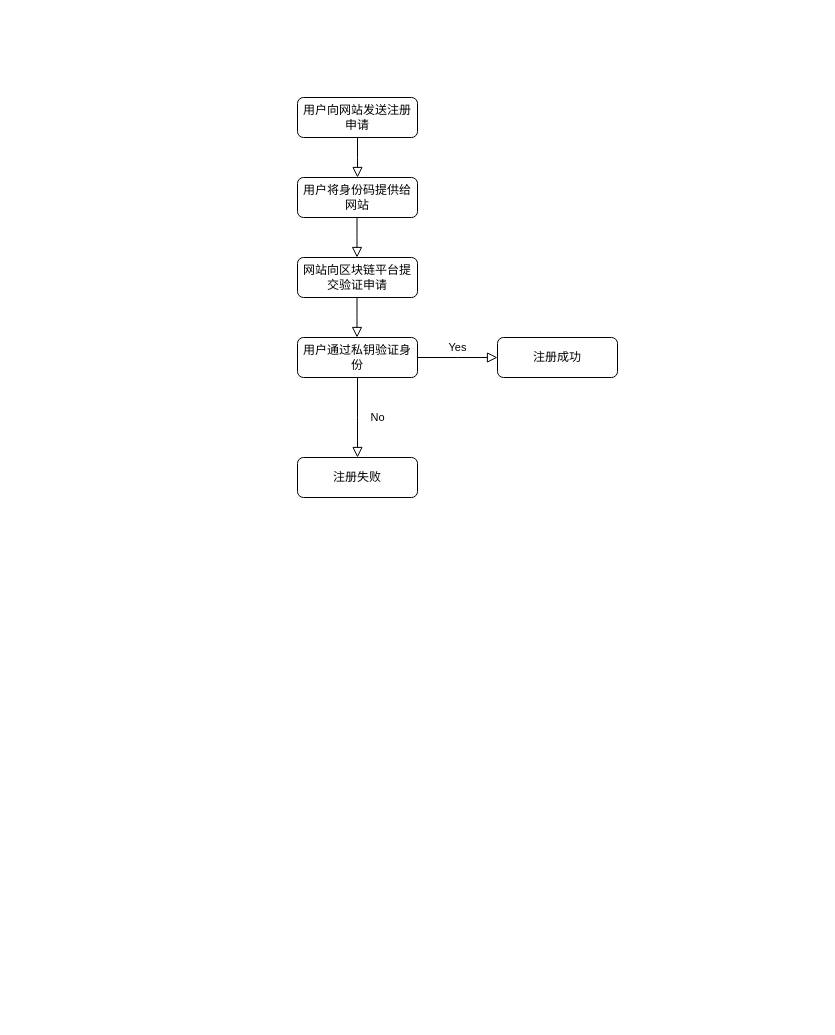
Above: 大作业流程图.drawio in Quantumae/Blockchain (draw.io), before the change. Source tidied: cells renumbered, new cells numbered last; positions are measured from the earlier drawing's top-left corner, leaving out a move shared by most shapes. Both pictures are drawn from the tidied source at 100%, with x=0, y=0 at pixel (297, 97).
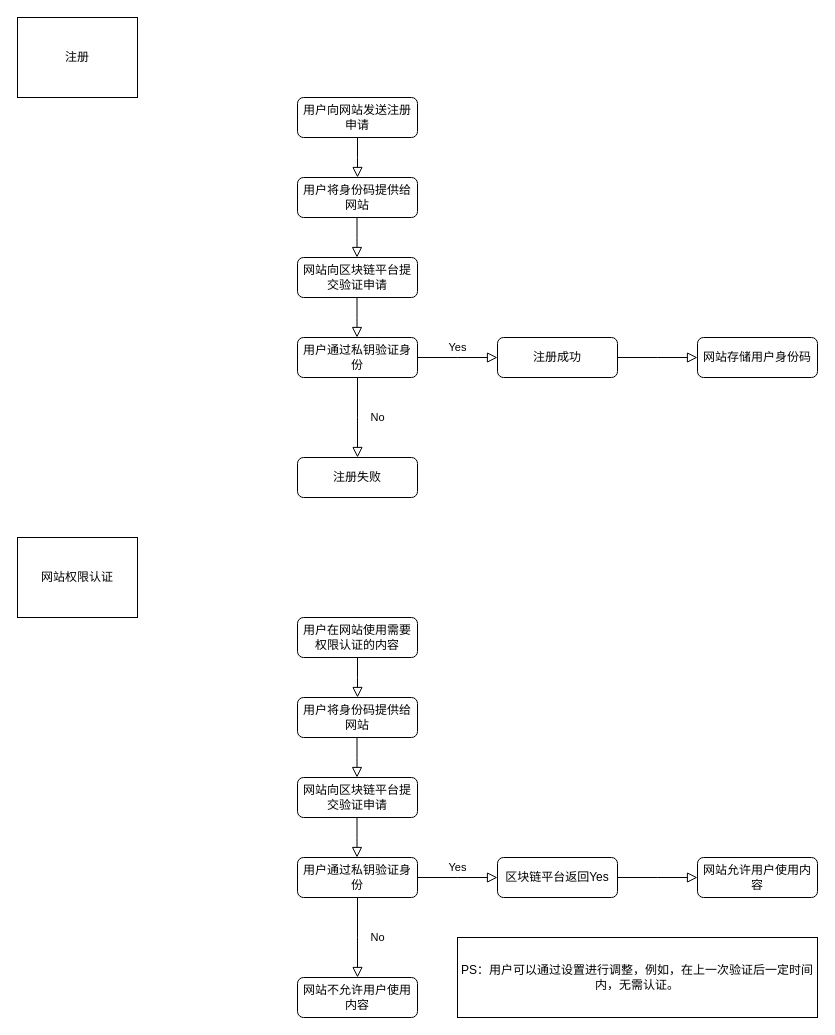
After the change.

Commit message:
更新大作业流程图.drawio

Unchanged cells that the change refers to:
```xml
<mxCell id="8" value="注册成功" style="rounded=1;whiteSpace=wrap;html=1;fontSize=12;glass=0;strokeWidth=1;shadow=0;" parent="1" vertex="1">
  <mxGeometry x="200" y="240" width="120" height="40" as="geometry" />
</mxCell>
```

What changed in the source:
```diff
@@
+    <mxCell id="13" value="注册" style="rounded=0;whiteSpace=wrap;html=1;" parent="1" vertex="1">
+      <mxGeometry x="-280" y="-80" width="120" height="80" as="geometry" />
+    </mxCell>
+    <mxCell id="14" style="rounded=0;html=1;jettySize=auto;fontSize=11;endArrow=block;endFill=0;endSize=8;strokeWidth=1;shadow=0;labelBackgroundColor=none;edgeStyle=orthogonalEdgeStyle;exitX=1;exitY=0.5;exitDx=0;exitDy=0;" parent="1" edge="1" source="8">
+      <mxGeometry relative="1" as="geometry">
+        <mxPoint x="400" y="260" as="targetPoint" />
+        <Array as="points">
+          <mxPoint x="360" y="260" />
+        </Array>
+      </mxGeometry>
+    </mxCell>
+    <mxCell id="15" value="网站存储用户身份码" style="rounded=1;whiteSpace=wrap;html=1;fontSize=12;glass=0;strokeWidth=1;shadow=0;" parent="1" vertex="1">
+      <mxGeometry x="400" y="240" width="120" height="40" as="geometry" />
+    </mxCell>
+    <mxCell id="16" style="rounded=0;html=1;jettySize=auto;fontSize=11;endArrow=block;endFill=0;endSize=8;strokeWidth=1;shadow=0;labelBackgroundColor=none;edgeStyle=orthogonalEdgeStyle;" parent="1" edge="1" source="17">
+      <mxGeometry relative="1" as="geometry">
+        <mxPoint x="60" y="600" as="targetPoint" />
+      </mxGeometry>
+    </mxCell>
+    <mxCell id="17" value="用户在网站使用需要权限认证的内容" style="rounded=1;whiteSpace=wrap;html=1;fontSize=12;glass=0;strokeWidth=1;shadow=0;" parent="1" vertex="1">
+      <mxGeometry y="520" width="120" height="40" as="geometry" />
+    </mxCell>
+    <mxCell id="18" value="用户将身份码提供给网站" style="rounded=1;whiteSpace=wrap;html=1;fontSize=12;glass=0;strokeWidth=1;shadow=0;" parent="1" vertex="1">
+      <mxGeometry y="600" width="120" height="40" as="geometry" />
+    </mxCell>
+    <mxCell id="19" value="No" style="rounded=0;html=1;jettySize=auto;fontSize=11;endArrow=block;endFill=0;endSize=8;strokeWidth=1;shadow=0;labelBackgroundColor=none;edgeStyle=orthogonalEdgeStyle;exitX=0.5;exitY=1;exitDx=0;exitDy=0;" parent="1" edge="1" source="25">
+      <mxGeometry x="0.01" y="20" relative="1" as="geometry">
+        <mxPoint x="60" y="880" as="targetPoint" />
+        <mxPoint y="-1" as="offset" />
+      </mxGeometry>
+    </mxCell>
+    <mxCell id="20" value="Yes" style="edgeStyle=orthogonalEdgeStyle;rounded=0;html=1;jettySize=auto;fontSize=11;endArrow=block;endFill=0;endSize=8;strokeWidth=1;shadow=0;labelBackgroundColor=none;exitX=1;exitY=0.5;exitDx=0;exitDy=0;" parent="1" edge="1" source="25">
+      <mxGeometry x="-0.01" y="-10" relative="1" as="geometry">
+        <mxPoint x="200" y="780" as="targetPoint" />
+        <mxPoint x="10" y="-10" as="offset" />
+      </mxGeometry>
+    </mxCell>
+    <mxCell id="21" value="网站不允许用户使用内容" style="rounded=1;whiteSpace=wrap;html=1;fontSize=12;glass=0;strokeWidth=1;shadow=0;" parent="1" vertex="1">
+      <mxGeometry y="880" width="120" height="40" as="geometry" />
+    </mxCell>
+    <mxCell id="22" value="区块链平台返回Yes" style="rounded=1;whiteSpace=wrap;html=1;fontSize=12;glass=0;strokeWidth=1;shadow=0;" parent="1" vertex="1">
+      <mxGeometry x="200" y="760" width="120" height="40" as="geometry" />
+    </mxCell>
+    <mxCell id="23" style="rounded=0;html=1;jettySize=auto;orthogonalLoop=1;fontSize=11;endArrow=block;endFill=0;endSize=8;strokeWidth=1;shadow=0;labelBackgroundColor=none;edgeStyle=orthogonalEdgeStyle;" parent="1" edge="1">
+      <mxGeometry relative="1" as="geometry">
+        <mxPoint x="59.5" y="640" as="sourcePoint" />
+        <mxPoint x="59.5" y="680" as="targetPoint" />
+        <Array as="points">
+          <mxPoint x="60" y="660" />
+        </Array>
+      </mxGeometry>
+    </mxCell>
+    <mxCell id="24" value="网站向区块链平台提交验证申请" style="rounded=1;whiteSpace=wrap;html=1;fontSize=12;glass=0;strokeWidth=1;shadow=0;" parent="1" vertex="1">
+      <mxGeometry y="680" width="120" height="40" as="geometry" />
+    </mxCell>
+    <mxCell id="25" value="用户通过私钥验证身份" style="rounded=1;whiteSpace=wrap;html=1;fontSize=12;glass=0;strokeWidth=1;shadow=0;" parent="1" vertex="1">
+      <mxGeometry y="760" width="120" height="40" as="geometry" />
+    </mxCell>
+    <mxCell id="26" style="rounded=0;html=1;jettySize=auto;orthogonalLoop=1;fontSize=11;endArrow=block;endFill=0;endSize=8;strokeWidth=1;shadow=0;labelBackgroundColor=none;edgeStyle=orthogonalEdgeStyle;" parent="1" edge="1">
+      <mxGeometry relative="1" as="geometry">
+        <mxPoint x="59.5" y="720" as="sourcePoint" />
+        <mxPoint x="59.5" y="760" as="targetPoint" />
+        <Array as="points">
+          <mxPoint x="60" y="740" />
+        </Array>
+      </mxGeometry>
+    </mxCell>
+    <mxCell id="27" value="网站权限认证" style="rounded=0;whiteSpace=wrap;html=1;" parent="1" vertex="1">
+      <mxGeometry x="-280" y="440" width="120" height="80" as="geometry" />
+    </mxCell>
+    <mxCell id="28" style="rounded=0;html=1;jettySize=auto;fontSize=11;endArrow=block;endFill=0;endSize=8;strokeWidth=1;shadow=0;labelBackgroundColor=none;edgeStyle=orthogonalEdgeStyle;exitX=1;exitY=0.5;exitDx=0;exitDy=0;" parent="1" edge="1" source="22">
+      <mxGeometry relative="1" as="geometry">
+        <mxPoint x="400" y="780" as="targetPoint" />
+        <Array as="points">
+          <mxPoint x="360" y="780" />
+        </Array>
+      </mxGeometry>
+    </mxCell>
+    <mxCell id="29" value="网站允许用户使用内容" style="rounded=1;whiteSpace=wrap;html=1;fontSize=12;glass=0;strokeWidth=1;shadow=0;" parent="1" vertex="1">
+      <mxGeometry x="400" y="760" width="120" height="40" as="geometry" />
+    </mxCell>
+    <mxCell id="30" value="PS：用户可以通过设置进行调整，例如，在上一次验证后一定时间内，无需认证。" style="rounded=0;whiteSpace=wrap;html=1;" parent="1" vertex="1">
+      <mxGeometry x="160" y="840" width="360" height="80" as="geometry" />
+    </mxCell>
```
